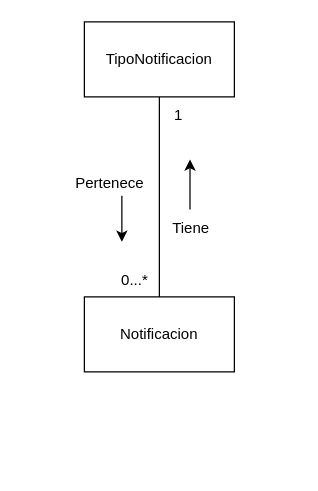
Before: page "Notificaciones" (7 of 12) of Restaurante_Disenio.drawio in andrescardo98/doo, a draw.io diagram. Source tidied: cells renumbered, new cells numbered last; positions are measured from the earlier drawing's top-left corner, leaving out a move shared by most shapes. Both pictures are drawn from the tidied source at 125%, with x=0, y=0 at pixel (59, 21).
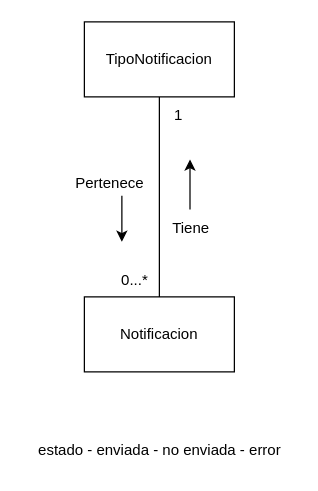
The same diagram, later.

Change to the diagram source:
```diff
@@
 <mxGraphModel>
   <root>
     <mxCell id="0" />
     <mxCell id="1" parent="0" />
     <mxCell id="2" value="Notificacion" style="rounded=0;whiteSpace=wrap;html=1;" parent="1" vertex="1">
       <mxGeometry x="20" y="220" width="120" height="60" as="geometry" />
     </mxCell>
     <mxCell id="3" value="TipoNotificacion" style="rounded=0;whiteSpace=wrap;html=1;" parent="1" vertex="1">
       <mxGeometry x="20" width="120" height="60" as="geometry" />
     </mxCell>
     <mxCell id="4" value="Tiene" style="text;html=1;align=center;verticalAlign=middle;strokeColor=none;fillColor=none;" parent="1" vertex="1">
       <mxGeometry x="80" y="150" width="50" height="30" as="geometry" />
     </mxCell>
     <mxCell id="5" style="endArrow=classic;html=1;rounded=0;" parent="1" edge="1">
       <mxGeometry relative="1" as="geometry">
         <mxPoint x="104.5" y="150" as="sourcePoint" />
         <mxPoint x="104.5" y="110" as="targetPoint" />
       </mxGeometry>
     </mxCell>
     <mxCell id="6" value="Pertenece" style="text;html=1;align=center;verticalAlign=middle;strokeColor=none;fillColor=none;" parent="1" vertex="1">
       <mxGeometry y="114" width="80" height="30" as="geometry" />
     </mxCell>
     <mxCell id="7" style="endArrow=classic;html=1;rounded=0;" parent="1" edge="1">
       <mxGeometry relative="1" as="geometry">
         <mxPoint x="50" y="139" as="sourcePoint" />
         <mxPoint x="50" y="176" as="targetPoint" />
       </mxGeometry>
     </mxCell>
     <mxCell id="8" style="endArrow=none;html=1;rounded=0;entryX=0.5;entryY=1;entryDx=0;entryDy=0;exitX=0.5;exitY=0;exitDx=0;exitDy=0;" parent="1" edge="1" target="3">
       <mxGeometry relative="1" as="geometry">
         <mxPoint x="80" y="220" as="sourcePoint" />
       </mxGeometry>
     </mxCell>
     <mxCell id="9" value="1" style="text;html=1;align=center;verticalAlign=middle;strokeColor=none;fillColor=none;" parent="1" vertex="1">
       <mxGeometry x="80" y="60" width="30" height="30" as="geometry" />
     </mxCell>
     <mxCell id="10" value="0...*" style="text;html=1;align=center;verticalAlign=middle;strokeColor=none;fillColor=none;" parent="1" vertex="1">
       <mxGeometry x="40" y="192" width="40" height="30" as="geometry" />
     </mxCell>
+    <mxCell id="11" value="estado - enviada - no enviada - error" style="text;html=1;align=center;verticalAlign=middle;strokeColor=none;fillColor=none;" parent="1" vertex="1">
+      <mxGeometry x="-30" y="328" width="220" height="30" as="geometry" />
+    </mxCell>
   </root>
 </mxGraphModel>
```
